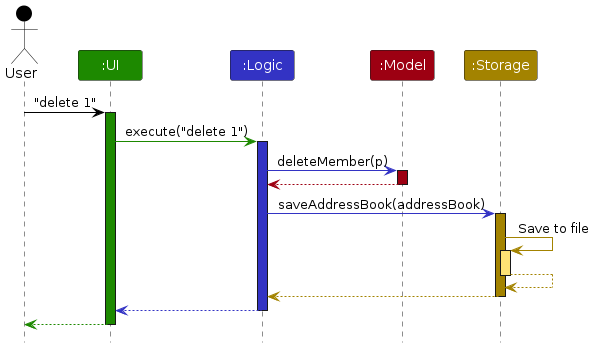
The PlantUML diagram diagrams/ArchitectureSequenceDiagram.png in AY2425S1-CS2103T-W14-3/tp, before a commit. Its source is kept beside it as diagrams/ArchitectureSequenceDiagram.puml.
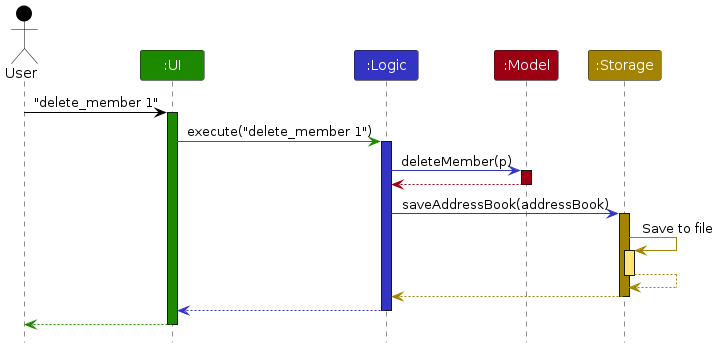
The same diagram one commit later.

What changed in the source:
```diff
@@ -8,10 +8,10 @@
 Participant ":Model" as model MODEL_COLOR
 Participant ":Storage" as storage STORAGE_COLOR
 
-user -[USER_COLOR]> ui : "delete 1"
+user -[USER_COLOR]> ui : "delete_member 1"
 activate ui UI_COLOR
 
-ui -[UI_COLOR]> logic : execute("delete 1")
+ui -[UI_COLOR]> logic : execute("delete_member 1")
 activate logic LOGIC_COLOR
 
 logic -[LOGIC_COLOR]> model : deleteMember(p)
```
